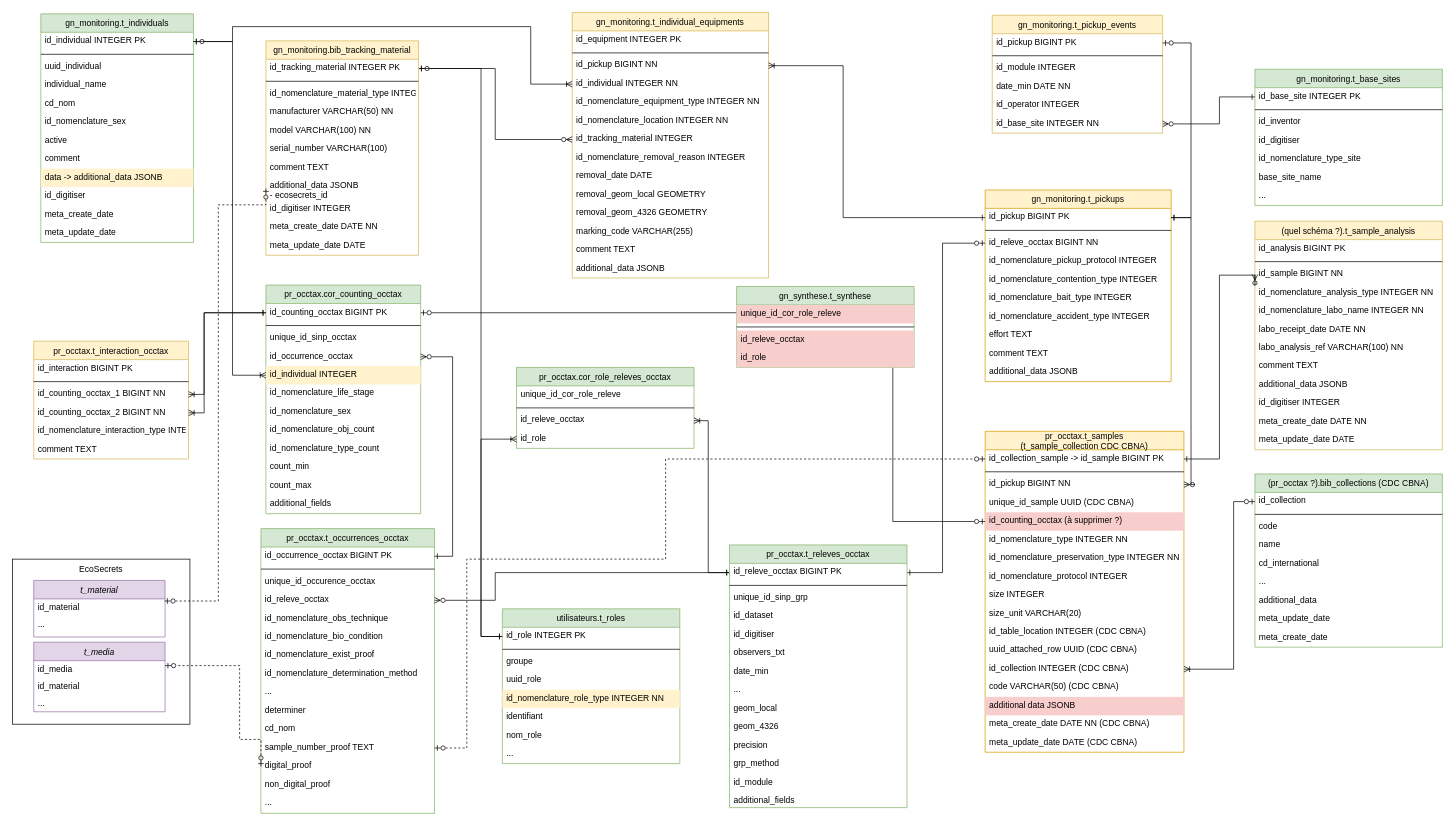
PnVanoise/gestion-individus keeps this draw.io diagram as cahier-des-charges/MCD/V4-gn/gestion-individus_v4-2.drawio. Above is the earlier version. Source tidied: cells renumbered, new cells numbered last; positions are measured from the earlier drawing's top-left corner, leaving out a move shared by most shapes. Both pictures are drawn from the tidied source at 71%, with x=0, y=0 at pixel (12, 12).
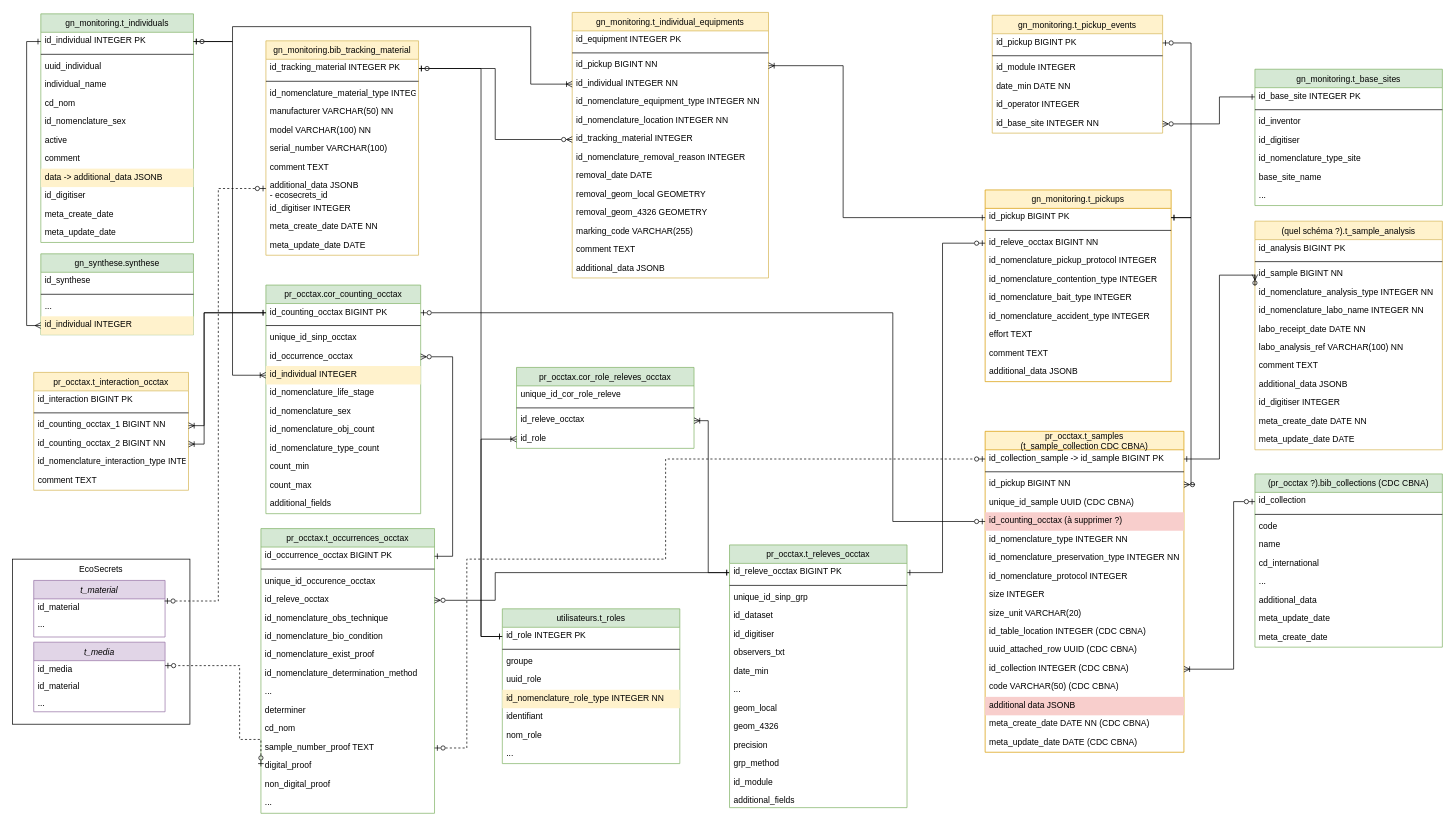
The same diagram, later.

Unchanged cells that the change refers to:
```xml
<mxCell id="3" value="id_counting_occtax BIGINT PK" style="shape=partialRectangle;top=0;left=0;right=0;bottom=0;align=left;verticalAlign=top;spacingTop=-2;fillColor=none;spacingLeft=4;spacingRight=4;overflow=hidden;points=[[0,0.5],[1,0.5]];portConstraint=eastwest;fontStyle=0;textShadow=0;" parent="2" vertex="1">
  <mxGeometry y="26" width="218" height="26" as="geometry" />
</mxCell>
<mxCell id="21" value="id_individual INTEGER PK" style="shape=partialRectangle;top=0;left=0;right=0;bottom=0;align=left;verticalAlign=top;spacingTop=-2;fillColor=none;spacingLeft=4;spacingRight=4;overflow=hidden;points=[[0,0.5],[1,0.5]];portConstraint=eastwest;fontStyle=0;textShadow=0;" parent="20" vertex="1">
  <mxGeometry y="26" width="215" height="26" as="geometry" />
</mxCell>
<mxCell id="122" value="id_material" style="shape=partialRectangle;top=0;left=0;right=0;bottom=0;align=left;verticalAlign=top;spacingTop=-2;fillColor=none;spacingLeft=4;spacingRight=4;overflow=hidden;points=[[0,0.5],[1,0.5]];portConstraint=eastwest;fontColor=light-dark(#000000, #da5876);" parent="121" vertex="1">
  <mxGeometry y="26" width="185" height="24" as="geometry" />
</mxCell>
<mxCell id="180" value="additional_data JSONB&#10;- ecosecrets_id" style="shape=partialRectangle;top=0;left=0;right=0;bottom=0;align=left;verticalAlign=top;spacingTop=-2;fillColor=none;spacingLeft=4;spacingRight=4;overflow=hidden;points=[[0,0.5],[1,0.5]];portConstraint=eastwest;" parent="172" vertex="1">
  <mxGeometry y="192" width="215" height="32" as="geometry" />
</mxCell>
<mxCell id="188" value="id_counting_occtax_1 BIGINT NN" style="shape=partialRectangle;top=0;left=0;right=0;bottom=0;align=left;verticalAlign=top;spacingTop=-2;fillColor=none;spacingLeft=4;spacingRight=4;overflow=hidden;points=[[0,0.5],[1,0.5]];portConstraint=eastwest;fontStyle=0;textShadow=0;" parent="185" vertex="1">
  <mxGeometry y="62" width="218" height="26" as="geometry" />
</mxCell>
<mxCell id="189" value="id_counting_occtax_2 BIGINT NN" style="shape=partialRectangle;top=0;left=0;right=0;bottom=0;align=left;verticalAlign=top;spacingTop=-2;fillColor=none;spacingLeft=4;spacingRight=4;overflow=hidden;points=[[0,0.5],[1,0.5]];portConstraint=eastwest;fontStyle=0;textShadow=0;" parent="185" vertex="1">
  <mxGeometry y="88" width="218" height="26" as="geometry" />
</mxCell>
```

Diff of the diagram source:
```diff
@@
     <mxCell id="184" style="edgeStyle=orthogonalEdgeStyle;rounded=0;jettySize=auto;html=1;dashed=1;endArrow=ERzeroToOne;endFill=0;startArrow=ERzeroToOne;startFill=0;exitX=0;exitY=0.5;exitDx=0;exitDy=0;entryX=0.996;entryY=0.125;entryDx=0;entryDy=0;entryPerimeter=0;" parent="1" edge="1" source="180" target="122">
       <mxGeometry relative="1" as="geometry">
         <Array as="points">
-          <mxPoint x="290" y="271" />
+          <mxPoint x="290" y="248" />
           <mxPoint x="290" y="829" />
         </Array>
       </mxGeometry>
     </mxCell>
     <mxCell id="185" value="pr_occtax.t_interaction_occtax" style="swimlane;fontStyle=0;horizontal=1;startSize=26;fillColor=#fff2cc;swimlaneFillColor=default;align=center;strokeColor=#d6b656;" parent="1" vertex="1">
-      <mxGeometry x="30" y="463" width="218" height="166" as="geometry" />
+      <mxGeometry x="30" y="507" width="218" height="166" as="geometry" />
     </mxCell>
@@
     <mxCell id="192" style="edgeStyle=orthogonalEdgeStyle;rounded=0;jettySize=auto;html=1;entryX=0;entryY=0.5;entryDx=0;entryDy=0;startArrow=ERoneToMany;startFill=0;endArrow=ERone;endFill=0;exitX=1;exitY=0.5;exitDx=0;exitDy=0;" parent="1" edge="1" source="188" target="3">
       <mxGeometry relative="1" as="geometry">
         <Array as="points">
-          <mxPoint x="270" y="538" />
+          <mxPoint x="270" y="582" />
           <mxPoint x="270" y="423" />
         </Array>
       </mxGeometry>
     </mxCell>
     <mxCell id="193" style="edgeStyle=orthogonalEdgeStyle;rounded=0;jettySize=auto;html=1;entryX=0;entryY=0.5;entryDx=0;entryDy=0;startArrow=ERoneToMany;startFill=0;endArrow=ERone;endFill=0;exitX=1;exitY=0.5;exitDx=0;exitDy=0;" parent="1" edge="1" source="189" target="3">
       <mxGeometry relative="1" as="geometry">
         <Array as="points">
-          <mxPoint x="270" y="564" />
+          <mxPoint x="270" y="608" />
           <mxPoint x="270" y="423" />
         </Array>
       </mxGeometry>
     </mxCell>
@@
-    <mxCell id="204" value="gn_synthese.t_synthese" style="swimlane;fontStyle=0;horizontal=1;startSize=26;fillColor=#d5e8d4;swimlaneFillColor=default;align=center;strokeColor=#82b366;" parent="1" vertex="1">
-      <mxGeometry x="1020" y="386" width="250" height="114" as="geometry" />
+    <mxCell id="204" value="gn_synthese.synthese" style="swimlane;fontStyle=0;horizontal=1;startSize=26;fillColor=#d5e8d4;swimlaneFillColor=default;align=center;strokeColor=#82b366;" parent="1" vertex="1">
+      <mxGeometry x="40" y="340" width="215" height="114" as="geometry" />
     </mxCell>
-    <mxCell id="205" value="unique_id_cor_role_releve" style="shape=partialRectangle;top=0;left=0;right=0;bottom=0;align=left;verticalAlign=top;spacingTop=-2;fillColor=#f8cecc;spacingLeft=4;spacingRight=4;overflow=hidden;fontStyle=0;strokeColor=#b85450;" parent="204" vertex="1">
-      <mxGeometry y="26" width="250" height="26" as="geometry" />
-    </mxCell>
+    <mxCell id="209" value="id_synthese" style="shape=partialRectangle;top=0;left=0;right=0;bottom=0;align=left;verticalAlign=top;spacingTop=-2;fillColor=none;spacingLeft=4;spacingRight=4;overflow=hidden;fontStyle=0;textShadow=0;" parent="204" vertex="1">
+      <mxGeometry y="26" width="215" height="26" as="geometry" />
+    </mxCell>
     <mxCell id="206" style="line;strokeWidth=1;html=1;" parent="204" vertex="1">
-      <mxGeometry y="52" width="250" height="10" as="geometry" />
+      <mxGeometry y="52" width="215" height="10" as="geometry" />
     </mxCell>
-    <mxCell id="207" value="id_releve_occtax" style="shape=partialRectangle;top=0;left=0;right=0;bottom=0;align=left;verticalAlign=top;spacingTop=-2;fillColor=#f8cecc;spacingLeft=4;spacingRight=4;overflow=hidden;fontStyle=0;textShadow=0;strokeColor=#b85450;" parent="204" vertex="1">
-      <mxGeometry y="62" width="250" height="26" as="geometry" />
-    </mxCell>
-    <mxCell id="208" value="id_role" style="shape=partialRectangle;top=0;left=0;right=0;bottom=0;align=left;verticalAlign=top;spacingTop=-2;fillColor=#f8cecc;spacingLeft=4;spacingRight=4;overflow=hidden;strokeColor=#b85450;" parent="204" vertex="1">
-      <mxGeometry y="88" width="250" height="26" as="geometry" />
-    </mxCell>
+    <mxCell id="210" value="..." style="shape=partialRectangle;top=0;left=0;right=0;bottom=0;align=left;verticalAlign=top;spacingTop=-2;fillColor=none;spacingLeft=4;spacingRight=4;overflow=hidden;fontStyle=0;textShadow=0;" parent="204" vertex="1">
+      <mxGeometry y="62" width="215" height="26" as="geometry" />
+    </mxCell>
+    <mxCell id="211" value="id_individual INTEGER" style="shape=partialRectangle;top=0;left=0;right=0;bottom=0;align=left;verticalAlign=top;spacingTop=-2;fillColor=#fff2cc;spacingLeft=4;spacingRight=4;overflow=hidden;points=[[0,0.5],[1,0.5]];portConstraint=eastwest;fontStyle=0;textShadow=0;strokeColor=#d6b656;" parent="204" vertex="1">
+      <mxGeometry y="88" width="215" height="26" as="geometry" />
+    </mxCell>
+    <mxCell id="212" style="edgeStyle=orthogonalEdgeStyle;rounded=0;jettySize=auto;html=1;exitX=0;exitY=0.5;exitDx=0;exitDy=0;entryX=0;entryY=0.5;entryDx=0;entryDy=0;endArrow=ERone;endFill=0;startArrow=ERmany;startFill=0;" parent="1" edge="1" source="211" target="21">
+      <mxGeometry relative="1" as="geometry" />
+    </mxCell>
```
